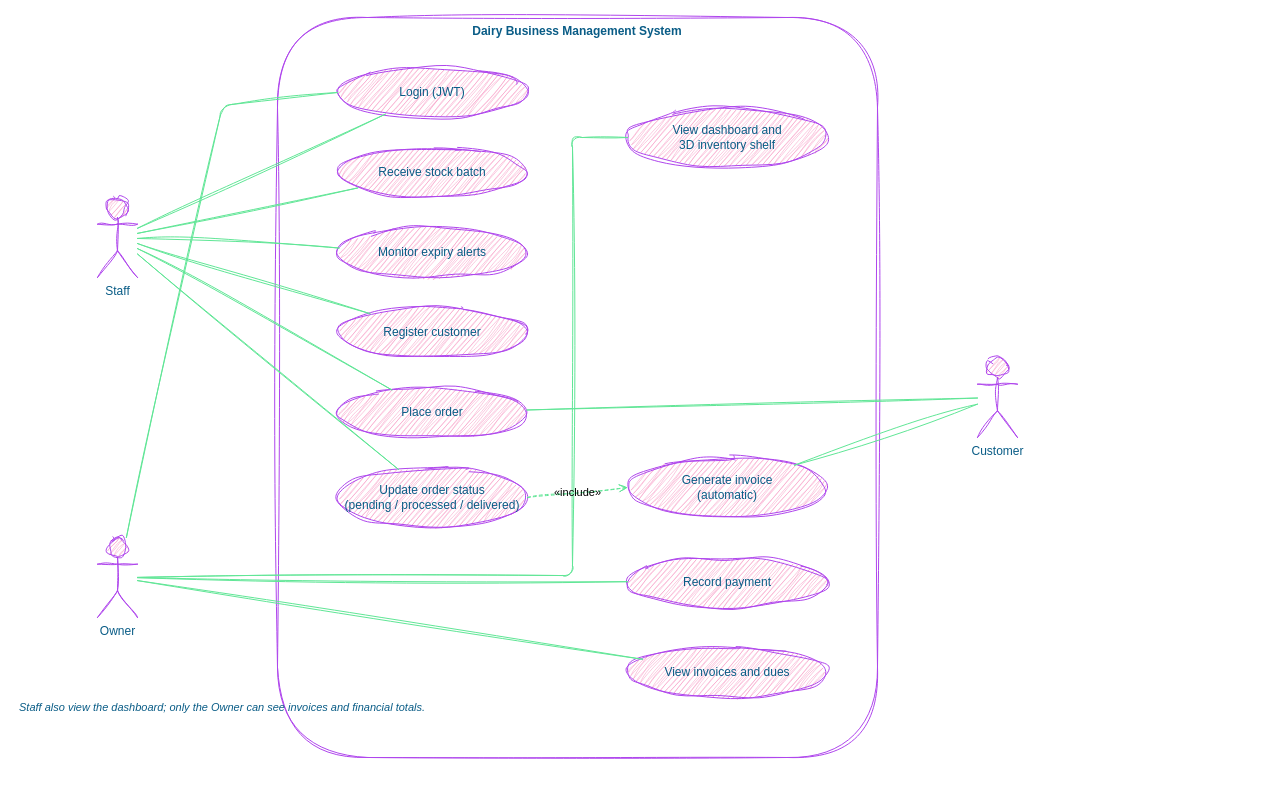
This is page "Fig 3.6 Use Case Diagram" (6 of 7) of diagrams/DairyDesk_Diagrams.drawio from TanmayKamble004/DairyDesk, a draw.io file, before an edit. Source tidied: cells renumbered, new cells numbered last; positions are measured from the earlier drawing's top-left corner, leaving out a move shared by most shapes. Both pictures are drawn from the tidied source at 100%, with x=0, y=0 at pixel (17, 17).
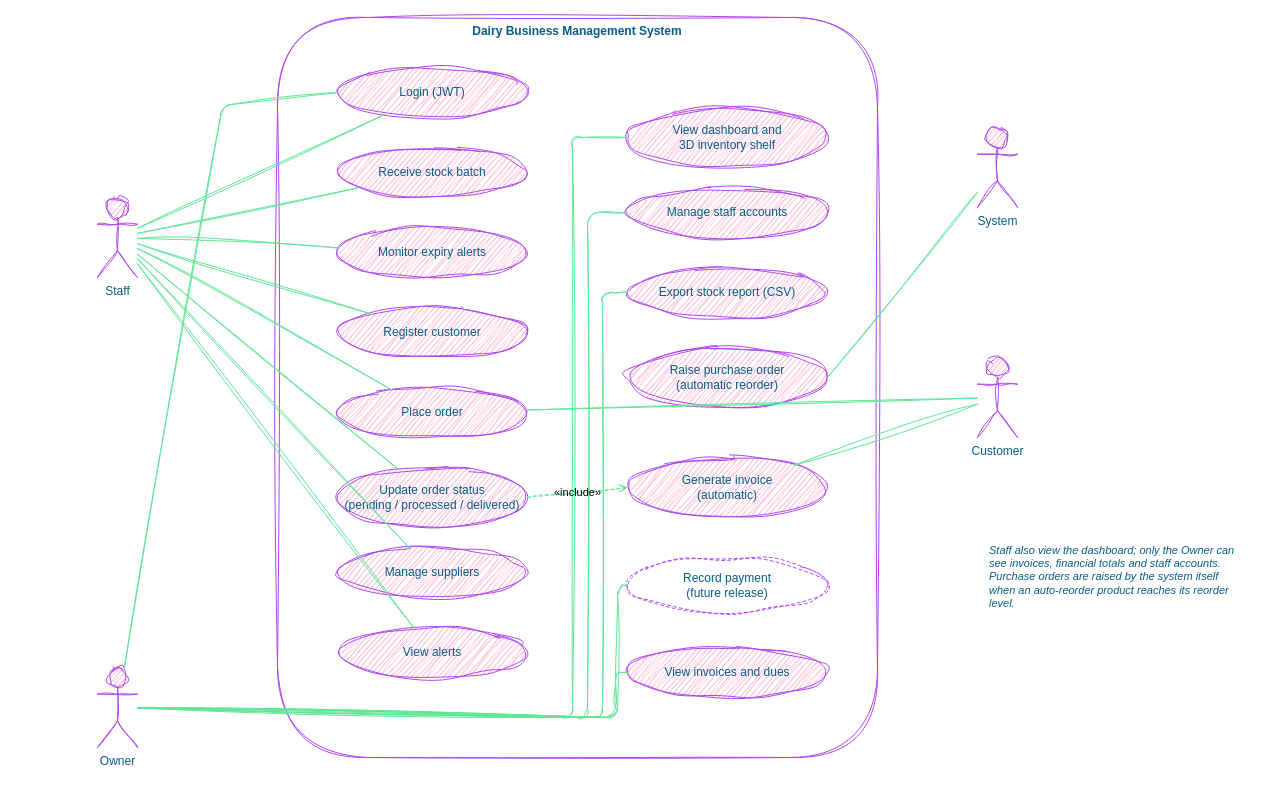
After the change.

Commit message (it also covers changes not shown here):
docs: update project report, diagrams, documentation and logo

The change refers to these unchanged cells:
```xml
<mxCell id="9" value="View dashboard and&#10;3D inventory shelf" style="ellipse;whiteSpace=wrap;html=1;fillColor=#F694C1;strokeColor=#AF45ED;rounded=1;sketch=1;curveFitting=1;jiggle=2;labelBackgroundColor=none;fontColor=#095C86;" parent="1" vertex="1">
  <mxGeometry x="610" y="90" width="200" height="60" as="geometry" />
</mxCell>
<mxCell id="12" value="View invoices and dues" style="ellipse;whiteSpace=wrap;html=1;fillColor=#F694C1;strokeColor=#AF45ED;rounded=1;sketch=1;curveFitting=1;jiggle=2;labelBackgroundColor=none;fontColor=#095C86;" parent="1" vertex="1">
  <mxGeometry x="610" y="630" width="200" height="50" as="geometry" />
</mxCell>
<mxCell id="13" value="Staff" style="shape=umlActor;verticalLabelPosition=bottom;verticalAlign=top;html=1;rounded=1;sketch=1;curveFitting=1;jiggle=2;labelBackgroundColor=none;fillColor=#F694C1;strokeColor=#AF45ED;fontColor=#095C86;" parent="1" vertex="1">
  <mxGeometry x="80" y="180" width="40" height="80" as="geometry" />
</mxCell>
```

Change to the diagram source:
```diff
@@
-    <mxCell id="11" value="Record payment" style="ellipse;whiteSpace=wrap;html=1;fillColor=#F694C1;strokeColor=#AF45ED;rounded=1;sketch=1;curveFitting=1;jiggle=2;labelBackgroundColor=none;fontColor=#095C86;" parent="1" vertex="1">
-      <mxGeometry x="610" y="540" width="200" height="50" as="geometry" />
+    <mxCell id="11" value="Record payment&#10;(future release)" style="ellipse;whiteSpace=wrap;html=1;fillColor=none;strokeColor=#AF45ED;dashed=1;rounded=1;sketch=1;curveFitting=1;jiggle=2;labelBackgroundColor=none;fontColor=#095C86;" parent="1" vertex="1">
+      <mxGeometry x="610" y="540" width="200" height="55" as="geometry" />
     </mxCell>
+    <mxCell id="30" value="Manage suppliers" style="ellipse;whiteSpace=wrap;html=1;fillColor=#F694C1;strokeColor=#AF45ED;rounded=1;sketch=1;curveFitting=1;jiggle=2;labelBackgroundColor=none;fontColor=#095C86;" parent="1" vertex="1">
+      <mxGeometry x="320" y="530" width="190" height="50" as="geometry" />
+    </mxCell>
+    <mxCell id="31" value="View alerts" style="ellipse;whiteSpace=wrap;html=1;fillColor=#F694C1;strokeColor=#AF45ED;rounded=1;sketch=1;curveFitting=1;jiggle=2;labelBackgroundColor=none;fontColor=#095C86;" parent="1" vertex="1">
+      <mxGeometry x="320" y="610" width="190" height="50" as="geometry" />
+    </mxCell>
+    <mxCell id="32" value="Manage staff accounts" style="ellipse;whiteSpace=wrap;html=1;fillColor=#F694C1;strokeColor=#AF45ED;rounded=1;sketch=1;curveFitting=1;jiggle=2;labelBackgroundColor=none;fontColor=#095C86;" parent="1" vertex="1">
+      <mxGeometry x="610" y="170" width="200" height="50" as="geometry" />
+    </mxCell>
+    <mxCell id="33" value="Export stock report (CSV)" style="ellipse;whiteSpace=wrap;html=1;fillColor=#F694C1;strokeColor=#AF45ED;rounded=1;sketch=1;curveFitting=1;jiggle=2;labelBackgroundColor=none;fontColor=#095C86;" parent="1" vertex="1">
+      <mxGeometry x="610" y="250" width="200" height="50" as="geometry" />
+    </mxCell>
+    <mxCell id="34" value="Raise purchase order&#10;(automatic reorder)" style="ellipse;whiteSpace=wrap;html=1;fillColor=#F694C1;strokeColor=#AF45ED;rounded=1;sketch=1;curveFitting=1;jiggle=2;labelBackgroundColor=none;fontColor=#095C86;" parent="1" vertex="1">
+      <mxGeometry x="610" y="330" width="200" height="60" as="geometry" />
+    </mxCell>
@@
     <mxCell id="14" value="Owner" style="shape=umlActor;verticalLabelPosition=bottom;verticalAlign=top;html=1;rounded=1;sketch=1;curveFitting=1;jiggle=2;labelBackgroundColor=none;fillColor=#F694C1;strokeColor=#AF45ED;fontColor=#095C86;" parent="1" vertex="1">
-      <mxGeometry x="80" y="520" width="40" height="80" as="geometry" />
+      <mxGeometry x="80" y="650" width="40" height="80" as="geometry" />
     </mxCell>
@@
+    <mxCell id="35" value="System" style="shape=umlActor;verticalLabelPosition=bottom;verticalAlign=top;html=1;rounded=1;sketch=1;curveFitting=1;jiggle=2;labelBackgroundColor=none;fillColor=#F694C1;strokeColor=#AF45ED;fontColor=#095C86;" parent="1" vertex="1">
+      <mxGeometry x="960" y="110" width="40" height="80" as="geometry" />
+    </mxCell>
+    <mxCell id="36" style="endArrow=none;html=1;sketch=1;curveFitting=1;jiggle=2;labelBackgroundColor=none;strokeColor=#60E696;fontColor=default;" parent="1" edge="1" source="13" target="30">
+      <mxGeometry relative="1" as="geometry" />
+    </mxCell>
+    <mxCell id="37" style="endArrow=none;html=1;sketch=1;curveFitting=1;jiggle=2;labelBackgroundColor=none;strokeColor=#60E696;fontColor=default;" parent="1" edge="1" source="13" target="31">
+      <mxGeometry relative="1" as="geometry" />
+    </mxCell>
+    <mxCell id="38" style="endArrow=none;html=1;entryX=0;entryY=0.5;sketch=1;curveFitting=1;jiggle=2;labelBackgroundColor=none;strokeColor=#60E696;fontColor=default;" parent="1" edge="1" source="14" target="32">
+      <mxGeometry relative="1" as="geometry">
+        <Array as="points">
+          <mxPoint x="570" y="700" />
+          <mxPoint x="570" y="195" />
+        </Array>
+      </mxGeometry>
+    </mxCell>
+    <mxCell id="39" style="endArrow=none;html=1;entryX=0;entryY=0.5;sketch=1;curveFitting=1;jiggle=2;labelBackgroundColor=none;strokeColor=#60E696;fontColor=default;" parent="1" edge="1" source="14" target="33">
+      <mxGeometry relative="1" as="geometry">
+        <Array as="points">
+          <mxPoint x="585" y="700" />
+          <mxPoint x="585" y="275" />
+        </Array>
+      </mxGeometry>
+    </mxCell>
+    <mxCell id="40" style="endArrow=none;html=1;entryX=1;entryY=0.5;sketch=1;curveFitting=1;jiggle=2;labelBackgroundColor=none;strokeColor=#60E696;fontColor=default;" parent="1" edge="1" source="35" target="34">
+      <mxGeometry relative="1" as="geometry" />
+    </mxCell>
@@
     <mxCell id="23" style="endArrow=none;html=1;entryX=0;entryY=0.5;sketch=1;curveFitting=1;jiggle=2;labelBackgroundColor=none;strokeColor=#60E696;fontColor=default;" parent="1" edge="1" source="14" target="9">
       <mxGeometry relative="1" as="geometry">
         <Array as="points">
-          <mxPoint x="555" y="558" />
+          <mxPoint x="555" y="700" />
           <mxPoint x="555" y="120" />
         </Array>
       </mxGeometry>
     </mxCell>
-    <mxCell id="24" style="endArrow=none;html=1;sketch=1;curveFitting=1;jiggle=2;labelBackgroundColor=none;strokeColor=#60E696;fontColor=default;" parent="1" edge="1" source="14" target="11">
-      <mxGeometry relative="1" as="geometry" />
+    <mxCell id="24" style="endArrow=none;html=1;entryX=0;entryY=0.5;sketch=1;curveFitting=1;jiggle=2;labelBackgroundColor=none;strokeColor=#60E696;fontColor=default;" parent="1" edge="1" source="14" target="11">
+      <mxGeometry relative="1" as="geometry">
+        <Array as="points">
+          <mxPoint x="600" y="700" />
+          <mxPoint x="600" y="568" />
+        </Array>
+      </mxGeometry>
     </mxCell>
-    <mxCell id="25" style="endArrow=none;html=1;sketch=1;curveFitting=1;jiggle=2;labelBackgroundColor=none;strokeColor=#60E696;fontColor=default;" parent="1" edge="1" source="14" target="12">
-      <mxGeometry relative="1" as="geometry" />
+    <mxCell id="25" style="endArrow=none;html=1;entryX=0;entryY=0.5;sketch=1;curveFitting=1;jiggle=2;labelBackgroundColor=none;strokeColor=#60E696;fontColor=default;" parent="1" edge="1" source="14" target="12">
+      <mxGeometry relative="1" as="geometry">
+        <Array as="points">
+          <mxPoint x="598" y="700" />
+          <mxPoint x="598" y="655" />
+        </Array>
+      </mxGeometry>
     </mxCell>
@@
-    <mxCell id="29" value="Staff also view the dashboard; only the Owner can see invoices and financial totals." style="text;html=1;align=left;verticalAlign=middle;fontSize=11;fontStyle=2;rounded=1;sketch=1;curveFitting=1;jiggle=2;labelBackgroundColor=none;fontColor=#095C86;" parent="1" vertex="1">
-      <mxGeometry y="660" width="250" height="60" as="geometry" />
+    <mxCell id="29" value="Staff also view the dashboard; only the Owner can see invoices, financial totals and staff accounts. Purchase orders are raised by the system itself when an auto-reorder product reaches its reorder level." style="text;html=1;whiteSpace=wrap;align=left;verticalAlign=top;fontSize=11;fontStyle=2;rounded=1;sketch=1;curveFitting=1;jiggle=2;labelBackgroundColor=none;fontColor=#095C86;" parent="1" vertex="1">
+      <mxGeometry x="970" y="520" width="260" height="110" as="geometry" />
     </mxCell>
```
